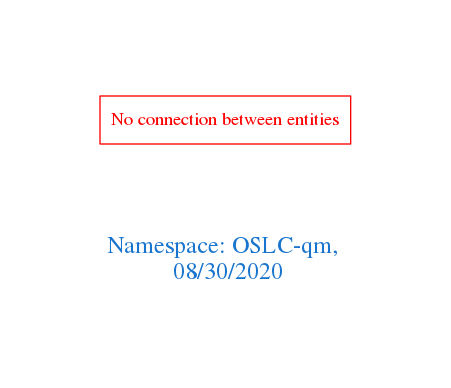
Above: downloads/OSLC-qm.png in arago/OGIT (Graphviz), before the change. Its source is kept beside it as downloads/OSLC-qm.dot.
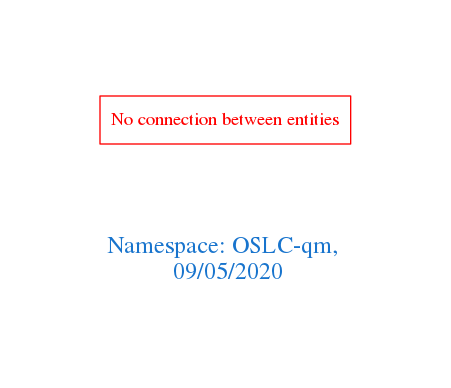
After the commit.

The edit, as a diff of the source:
```diff
@@ -1,7 +1,7 @@
 digraph OGIT_ontology {
  graph [ rankdir= LR,pad=1
 fontsize = 18,
-fontcolor= dodgerblue3,label = "\n\n\nNamespace: OSLC-qm, \n 08/30/2020"];
+fontcolor= dodgerblue3,label = "\n\n\nNamespace: OSLC-qm, \n 09/05/2020"];
 node[shape=polygon];
 edge [  color="gray81"];
 
```
